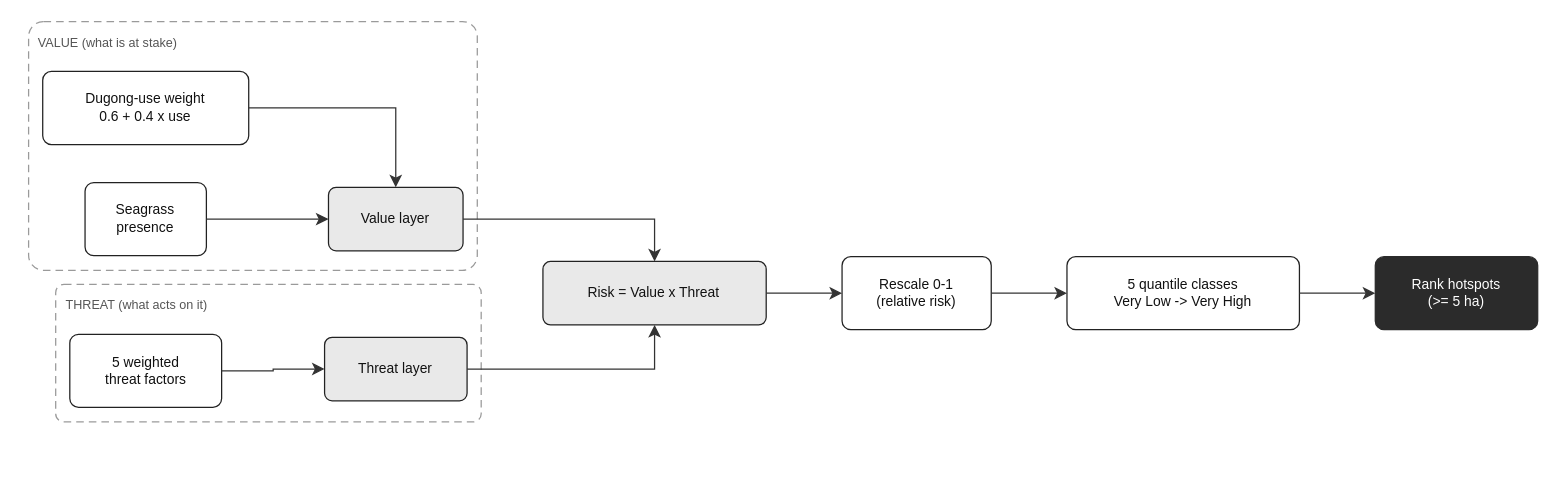
Before: diagrams/5_risk_model.drawio in AbdulkarimBisharah/dugong-uae, a draw.io diagram. Source tidied: cells renumbered, new cells numbered last; positions are measured from the earlier drawing's top-left corner, leaving out a move shared by most shapes. Both pictures are drawn from the tidied source at 126%, with x=0, y=0 at pixel (28, 21).
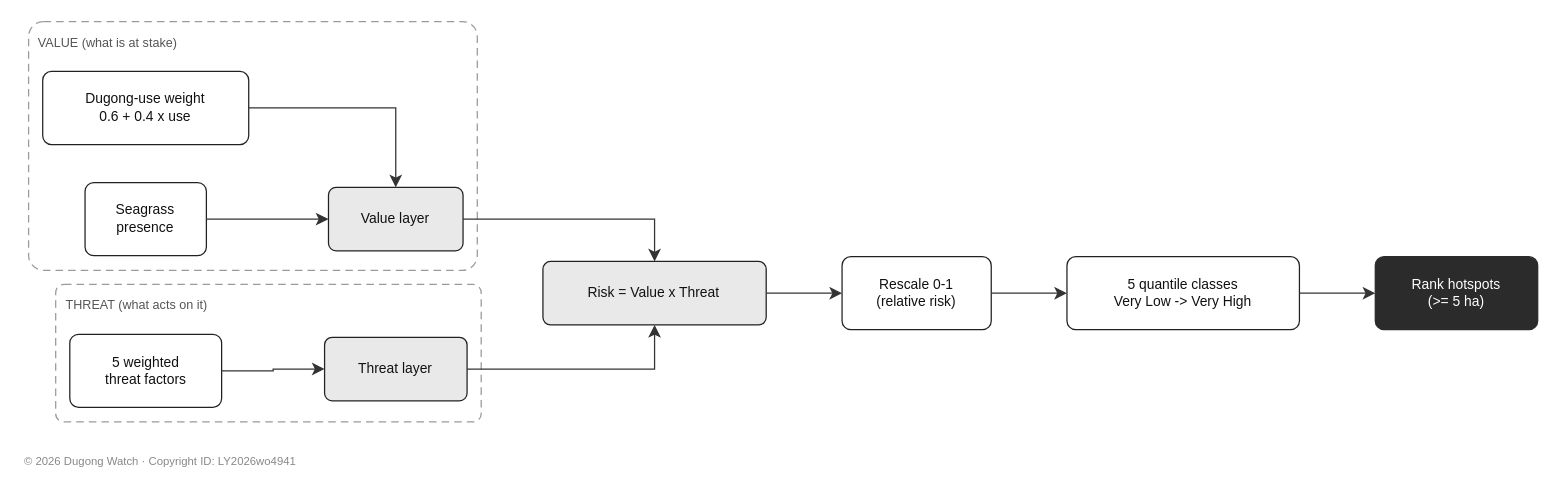
The same diagram, later.

What changed in the source:
```diff
@@
+    <mxCell id="21" value="© 2026 Dugong Watch · Copyright ID: LY2026wo4941" style="text;html=1;whiteSpace=wrap;align=left;fontFamily=Helvetica;fontSize=9;fontColor=#888888;strokeColor=none;fillColor=none;" parent="1" vertex="1">
+      <mxGeometry x="-5" y="336.6" width="400" height="16" as="geometry" />
+    </mxCell>
```
